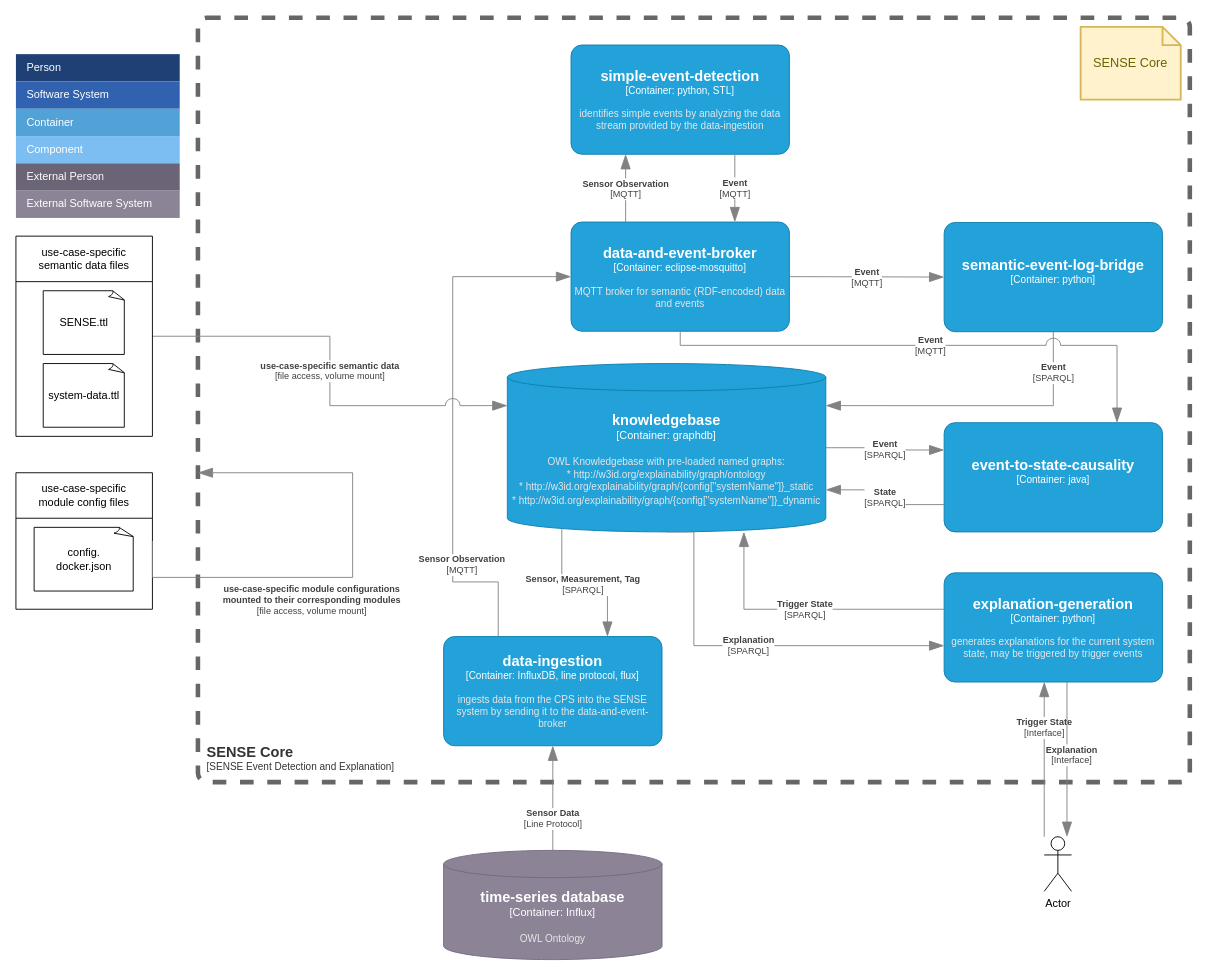
This is page "Level2-ContainerDiagram" (2 of 4) of doc/SENSE-Core-C4-Model.drawio from wu-semsys/SENSE-Core, a draw.io file, before an edit. Source tidied: cells renumbered, new cells numbered last; positions are measured from the earlier drawing's top-left corner, leaving out a move shared by most shapes. Both pictures are drawn from the tidied source at 91%, with x=0, y=0 at pixel (15, 17).
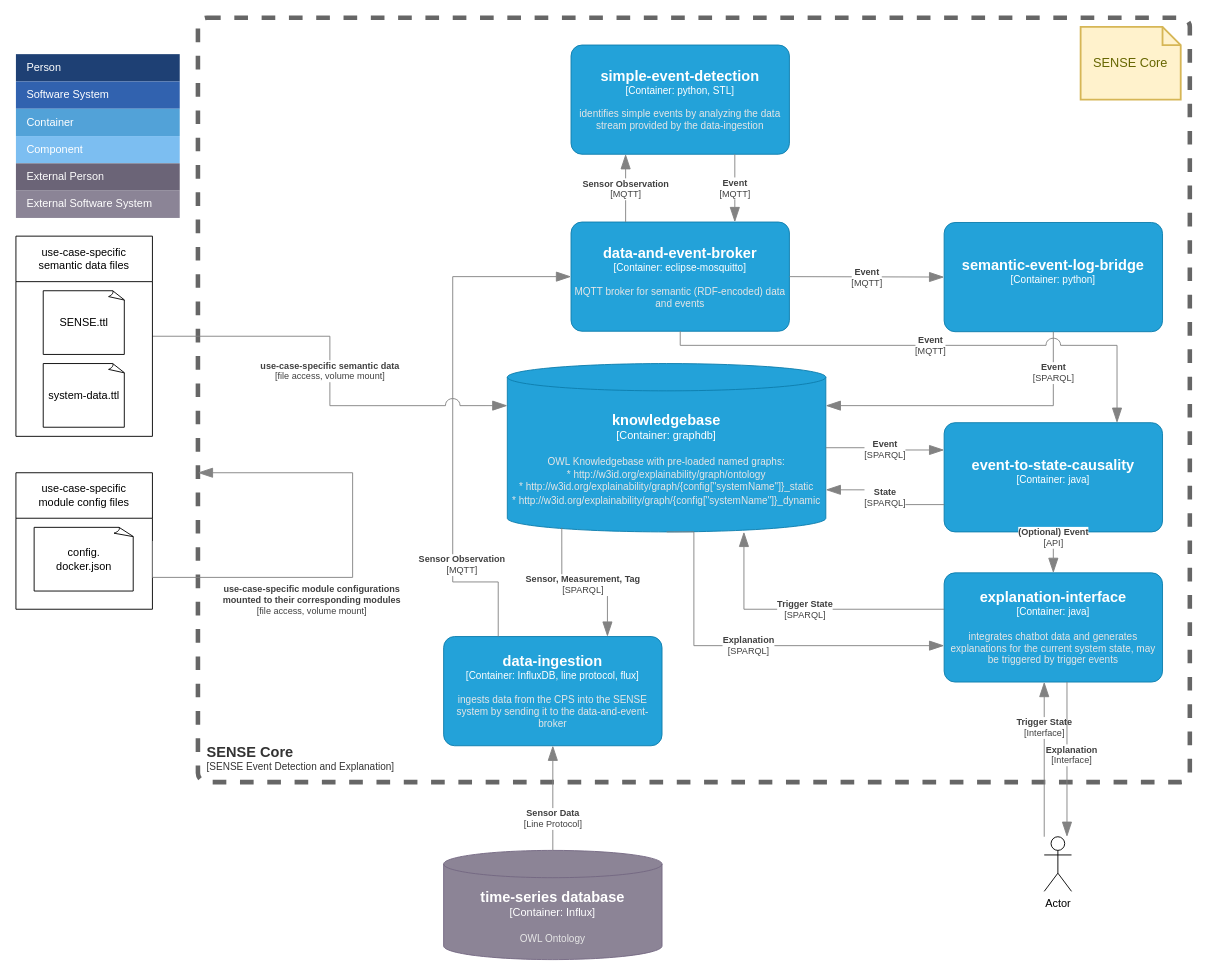
The same page after the edit.

The change refers to these unchanged cells:
```xml
<object id="17" label="&lt;font style=&quot;font-size: 16px&quot;&gt;&lt;b&gt;%c4Name%&lt;/b&gt;&lt;/font&gt;&lt;div&gt;[%c4Type%: %c4Technology%]&lt;/div&gt;&lt;br&gt;&lt;div&gt;&lt;font style=&quot;font-size: 11px&quot;&gt;&lt;font color=&quot;#E6E6E6&quot;&gt;%c4Description%&lt;/font&gt;&lt;/div&gt;" c4Description="" c4Name="event-to-state-causality" c4Technology="java" c4Type="Container" placeholders="1">
  <mxCell style="rounded=1;whiteSpace=wrap;html=1;fontSize=11;labelBackgroundColor=none;fillColor=#23A2D9;fontColor=#ffffff;align=center;arcSize=10;strokeColor=#0E7DAD;points=[[0.25,0,0],[0.5,0,0],[0.75,0,0],[1,0.25,0],[1,0.5,0],[1,0.75,0],[0.75,1,0],[0.5,1,0],[0.25,1,0],[0,0.75,0],[0,0.5,0],[0,0.25,0]];" parent="1" vertex="1">
    <mxGeometry x="1020" y="445" width="240" height="120" as="geometry" />
  </mxCell>
</object>
```

What changed in the source:
```diff
@@
-    <object id="24" label="&lt;font style=&quot;font-size: 16px&quot;&gt;&lt;b&gt;%c4Name%&lt;/b&gt;&lt;/font&gt;&lt;div&gt;[%c4Type%: %c4Technology%]&lt;/div&gt;&lt;br&gt;&lt;div&gt;&lt;font style=&quot;font-size: 11px&quot;&gt;&lt;font color=&quot;#E6E6E6&quot;&gt;%c4Description%&lt;/font&gt;&lt;/div&gt;" c4Description="generates explanations for the current system state, may be triggered by trigger events " c4Name="explanation-generation" c4Technology="python" c4Type="Container" placeholders="1">
+    <object id="24" label="&lt;font style=&quot;font-size: 16px&quot;&gt;&lt;b&gt;%c4Name%&lt;/b&gt;&lt;/font&gt;&lt;div&gt;[%c4Type%: %c4Technology%]&lt;/div&gt;&lt;br&gt;&lt;div&gt;&lt;font style=&quot;font-size: 11px&quot;&gt;&lt;font color=&quot;#E6E6E6&quot;&gt;%c4Description%&lt;/font&gt;&lt;/div&gt;" c4Description="integrates chatbot data and generates explanations for the current system state, may be triggered by trigger events" c4Name="explanation-interface" c4Technology="java" c4Type="Container" placeholders="1">
       <mxCell style="rounded=1;whiteSpace=wrap;html=1;fontSize=11;labelBackgroundColor=none;fillColor=#23A2D9;align=center;arcSize=10;strokeColor=#0E7DAD;points=[[0.25,0,0],[0.5,0,0],[0.75,0,0],[1,0.25,0],[1,0.5,0],[1,0.75,0],[0.75,1,0],[0.5,1,0],[0.25,1,0],[0,0.75,0],[0,0.5,0],[0,0.25,0]];fontColor=#ffffff;verticalAlign=middle;fontFamily=Helvetica;" parent="1" vertex="1">
         <mxGeometry x="1020" y="610" width="240" height="120" as="geometry" />
       </mxCell>
     </object>
@@
+    <object id="41" label="&lt;div style=&quot;text-align: left&quot;&gt;&lt;div style=&quot;text-align: center&quot;&gt;&lt;b&gt;%c4Description%&lt;/b&gt;&lt;/div&gt;&lt;div style=&quot;text-align: center&quot;&gt;[%c4Technology%]&lt;/div&gt;&lt;/div&gt;" c4Description="(Optional) Event" c4Technology="API" placeholders="1">
+      <mxCell style="endArrow=blockThin;html=1;fontSize=10;fontColor=#404040;strokeWidth=1;endFill=1;strokeColor=#828282;elbow=vertical;endSize=14;startSize=14;jumpStyle=arc;jumpSize=16;rounded=0;edgeStyle=orthogonalEdgeStyle;exitX=0.5;exitY=1;exitDx=0;exitDy=0;exitPerimeter=0;entryX=0.5;entryY=0;entryDx=0;entryDy=0;entryPerimeter=0;" parent="1" edge="1" source="17" target="24">
+        <mxGeometry x="-0.73" relative="1" as="geometry" />
+      </mxCell>
+    </object>
```
